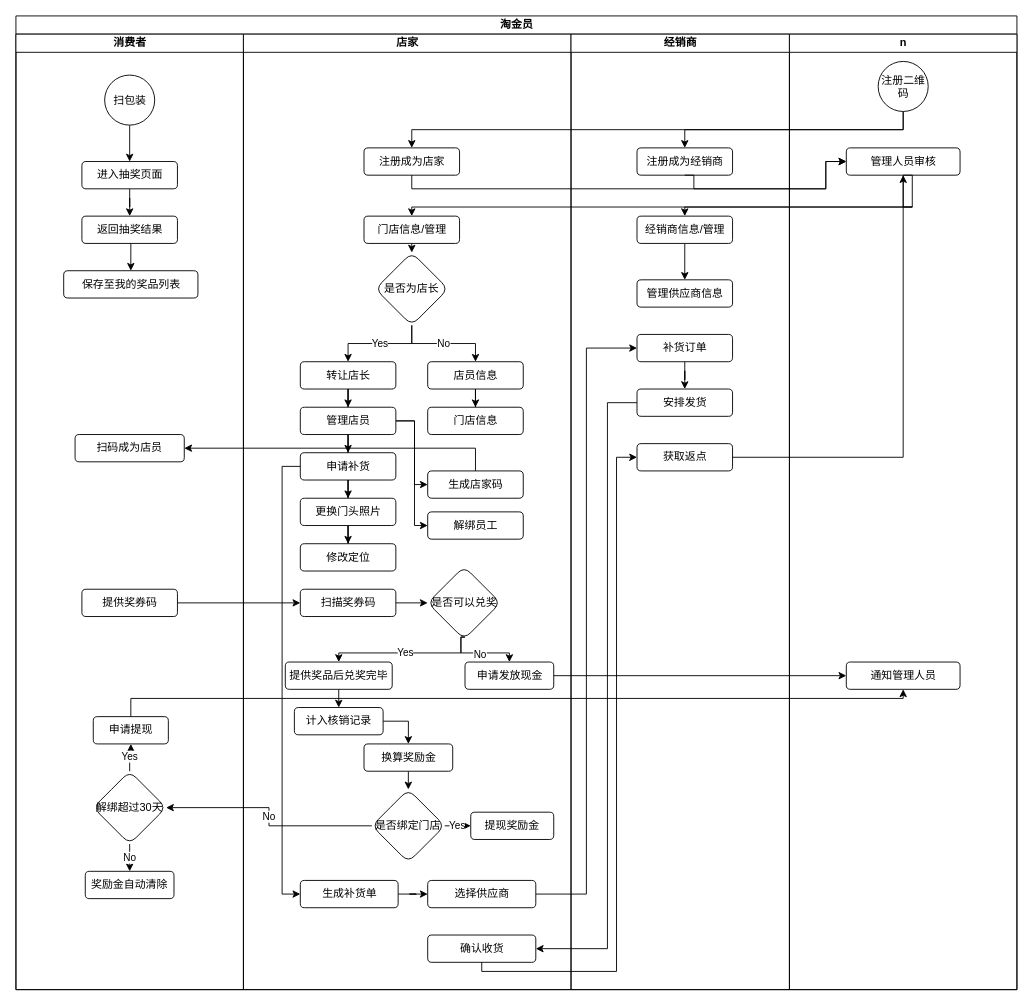
The draw.io diagram 淘金员身份控制.drawio in LeoNooob/myblueprint, before the edit. Source tidied: cells renumbered, new cells numbered last; positions are measured from the earlier drawing's top-left corner, leaving out a move shared by most shapes. Both pictures are drawn from the tidied source at 91%, with x=0, y=0 at pixel (15, 15).
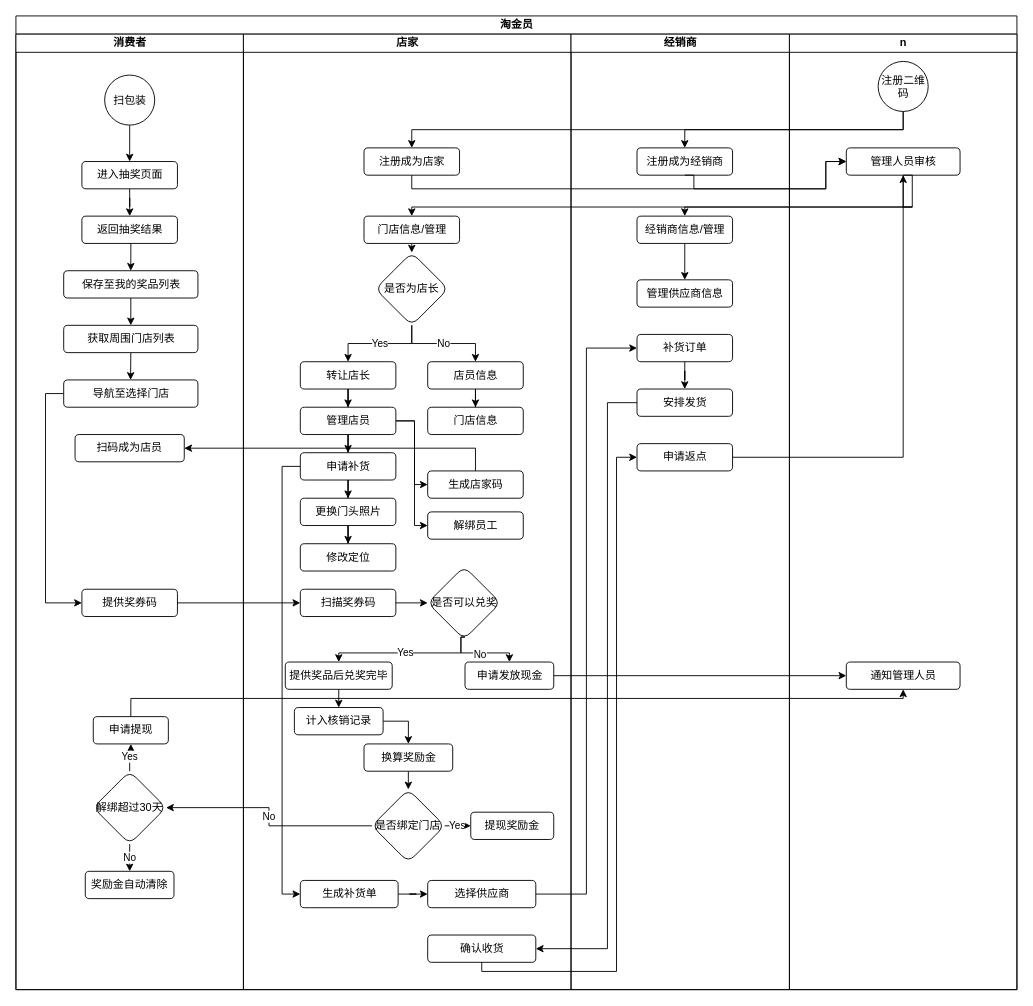
Above is the later version.

Commit message:
更新淘金员身份控制.drawio

The change refers to these unchanged cells:
```xml
<mxCell id="3" value="消费者" style="swimlane;startSize=20;html=1;" parent="2" vertex="1">
  <mxGeometry y="20" width="250" height="1050" as="geometry" />
</mxCell>
<mxCell id="11" value="提供奖券码" style="rounded=1;whiteSpace=wrap;html=1;" parent="3" vertex="1">
  <mxGeometry x="72.5" y="610" width="105" height="30" as="geometry" />
</mxCell>
<mxCell id="12" value="保存至我的奖品列表" style="rounded=1;whiteSpace=wrap;html=1;" parent="3" vertex="1">
  <mxGeometry x="52.5" y="260" width="147.5" height="30" as="geometry" />
</mxCell>
<mxCell id="62" value="经销商" style="swimlane;startSize=20;html=1;" parent="2" vertex="1">
  <mxGeometry x="610" y="20" width="240" height="1050" as="geometry" />
</mxCell>
```

The edit, as a diff of the source:
```diff
@@
+    <mxCell id="90" style="edgeStyle=orthogonalEdgeStyle;rounded=0;jettySize=auto;html=1;exitX=0.5;exitY=1;exitDx=0;exitDy=0;entryX=0.5;entryY=0;entryDx=0;entryDy=0;" parent="3" edge="1" source="12" target="92">
+      <mxGeometry relative="1" as="geometry" />
+    </mxCell>
@@
+    <mxCell id="91" style="edgeStyle=orthogonalEdgeStyle;rounded=0;jettySize=auto;html=1;exitX=0.5;exitY=1;exitDx=0;exitDy=0;" parent="3" edge="1" source="92">
+      <mxGeometry relative="1" as="geometry">
+        <mxPoint x="126" y="380" as="targetPoint" />
+      </mxGeometry>
+    </mxCell>
+    <mxCell id="92" value="获取周围门店列表" style="rounded=1;whiteSpace=wrap;html=1;" parent="3" vertex="1">
+      <mxGeometry x="52.5" y="320" width="147.5" height="30" as="geometry" />
+    </mxCell>
+    <mxCell id="93" style="edgeStyle=orthogonalEdgeStyle;rounded=0;jettySize=auto;html=1;exitX=0;exitY=0.5;exitDx=0;exitDy=0;entryX=0;entryY=0.5;entryDx=0;entryDy=0;" parent="3" edge="1" source="94" target="11">
+      <mxGeometry relative="1" as="geometry" />
+    </mxCell>
+    <mxCell id="94" value="导航至选择门店" style="rounded=1;whiteSpace=wrap;html=1;" parent="3" vertex="1">
+      <mxGeometry x="52.5" y="380" width="147.5" height="30" as="geometry" />
+    </mxCell>
@@
-    <mxCell id="70" value="获取返点" style="rounded=1;whiteSpace=wrap;html=1;" parent="62" vertex="1">
+    <mxCell id="70" value="申请返点" style="rounded=1;whiteSpace=wrap;html=1;" parent="62" vertex="1">
       <mxGeometry x="72.5" y="450" width="105" height="30" as="geometry" />
     </mxCell>
```
